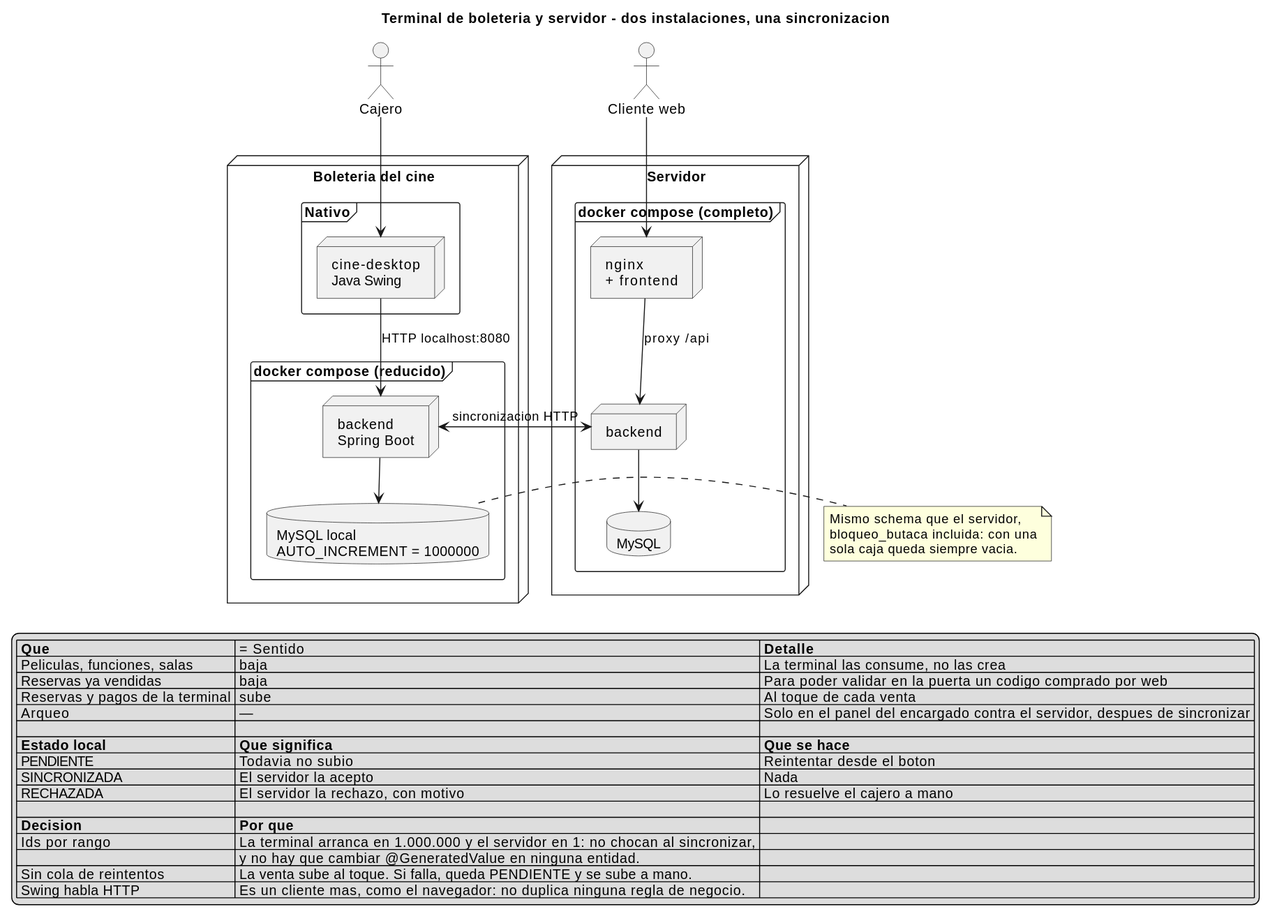
andreiveisuade/cine-uade keeps this PlantUML diagram as _other/docs/diagramas/terminal-desktop.svg. Above is the earlier version.
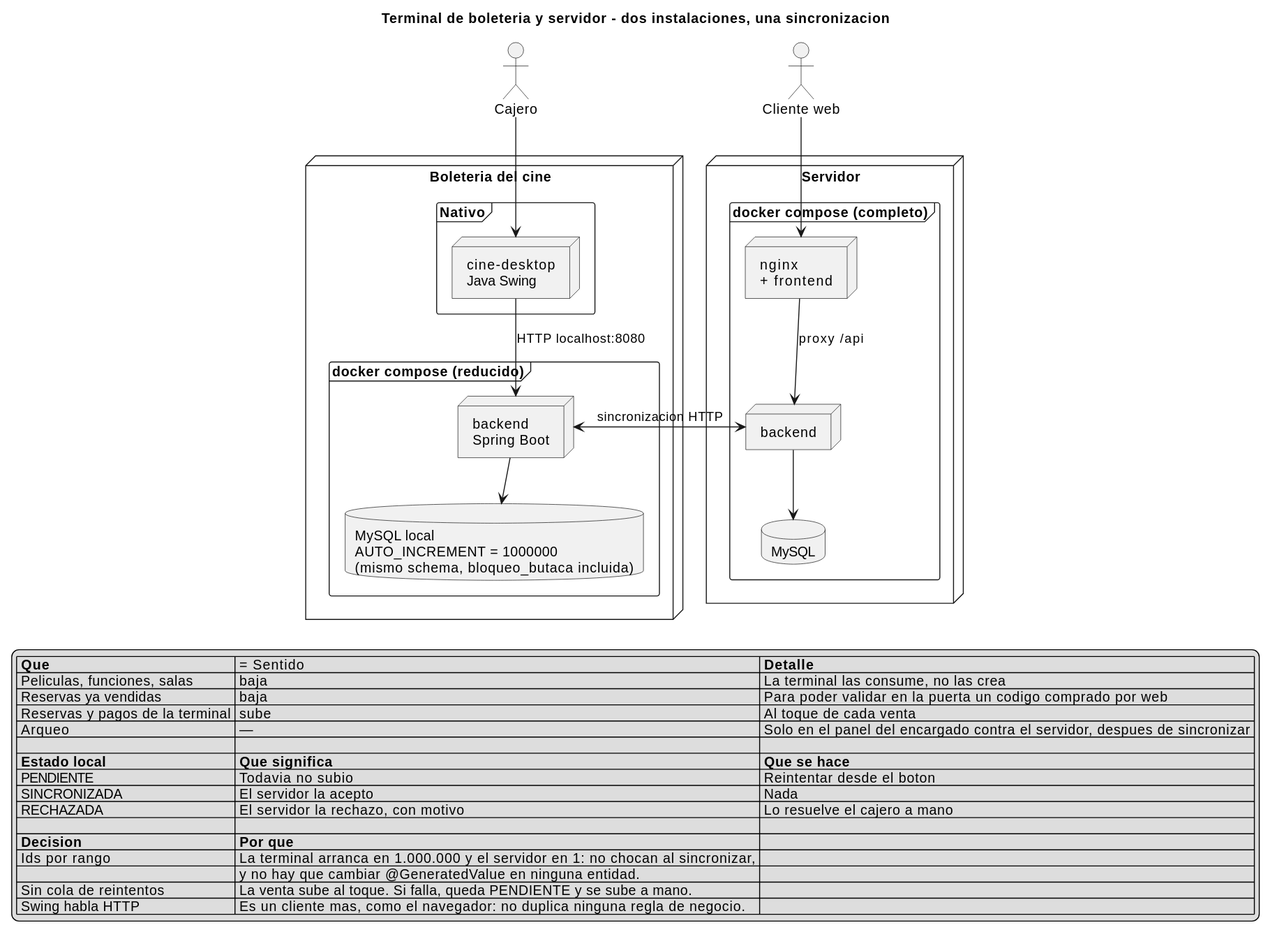
The same diagram one commit later.

The edit, as a diff of the source:
```diff
@@ -10,7 +10,7 @@
   }
   frame "docker compose (reducido)" {
     node "backend\nSpring Boot" as backLocal
-    database "MySQL local\nAUTO_INCREMENT = 1000000" as dbLocal
+    database "MySQL local\nAUTO_INCREMENT = 1000000\n(mismo schema, bloqueo_butaca incluida)" as dbLocal
   }
 }
 
@@ -35,12 +35,6 @@
 
 backLocal <-> backSrv : sincronizacion HTTP
 
-note right of dbLocal
-  Mismo schema que el servidor,
-  bloqueo_butaca incluida: con una
-  sola caja queda siempre vacia.
-end note
-
 legend bottom
   |= Que | = Sentido |= Detalle |
   | Peliculas, funciones, salas | baja | La terminal las consume, no las crea |
```
